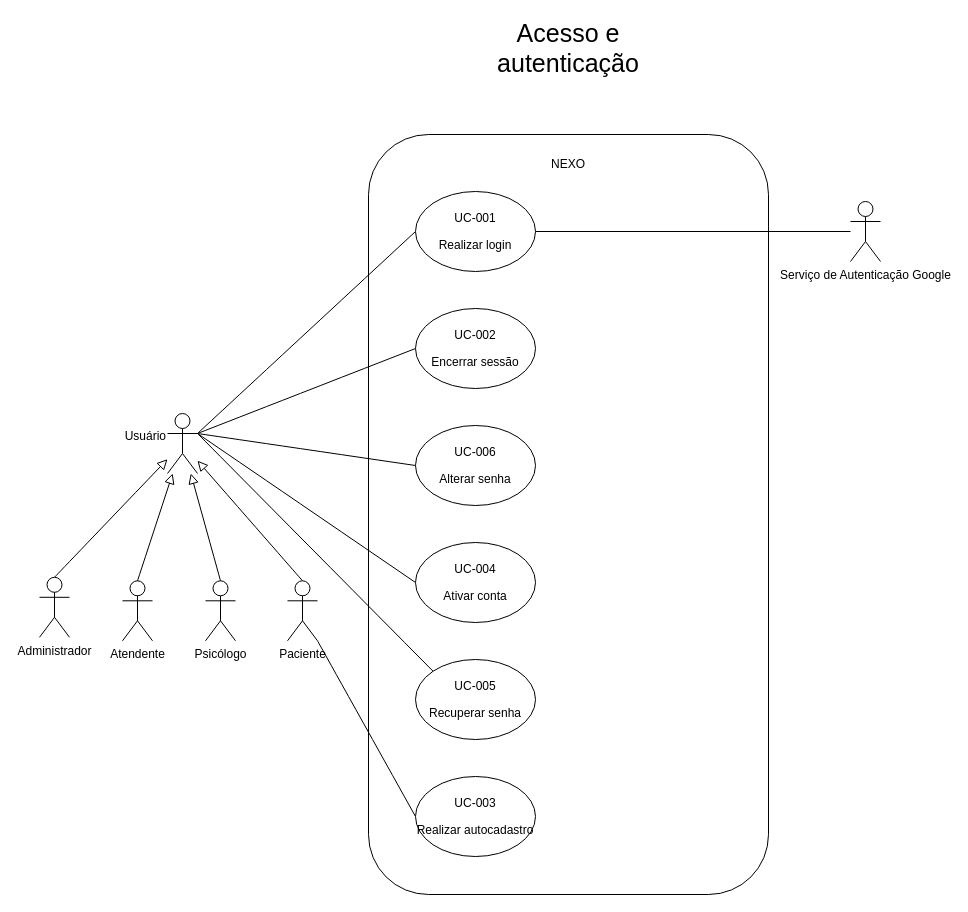
This is page "Página-1" (1 of 11) of diagramas/casos-de-uso/diagramas-casos-de-uso.drawio from devcaline/nexo-modelagem, a draw.io file, before an edit. Source tidied: cells renumbered, new cells numbered last; positions are measured from the earlier drawing's top-left corner, leaving out a move shared by most shapes. Both pictures are drawn from the tidied source at 100%, with x=0, y=0 at pixel (39, 32).
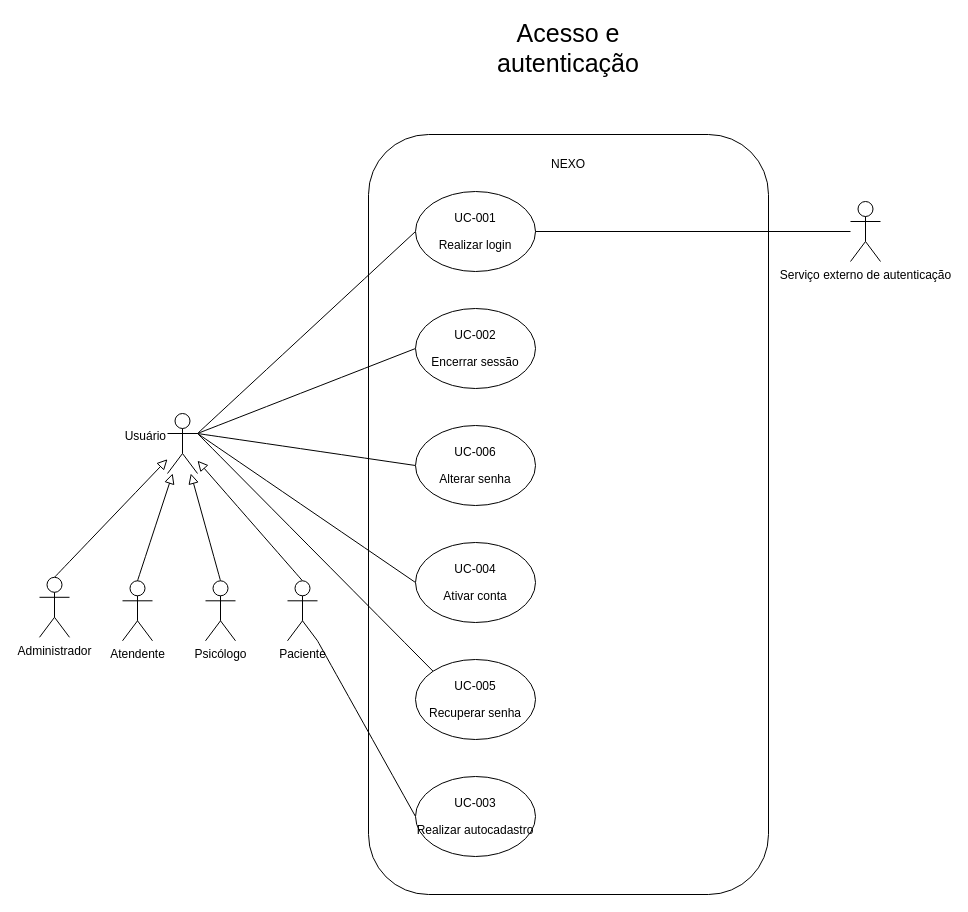
The same diagram, later.

Commit message (it also covers changes not shown here):
Atualiza o diagrama de casos de uso 01 com o Serviço externo de autenticação

What changed in the source:
```diff
@@
-    <mxCell id="15" value="Serviço de Autenticação Google" style="shape=umlActor;verticalLabelPosition=bottom;verticalAlign=top;html=1;outlineConnect=0;" parent="1" vertex="1">
+    <mxCell id="15" value="Serviço externo de autenticação" style="shape=umlActor;verticalLabelPosition=bottom;verticalAlign=top;html=1;outlineConnect=0;" parent="1" vertex="1">
       <mxGeometry x="811" y="169" width="30" height="60" as="geometry" />
     </mxCell>
```
